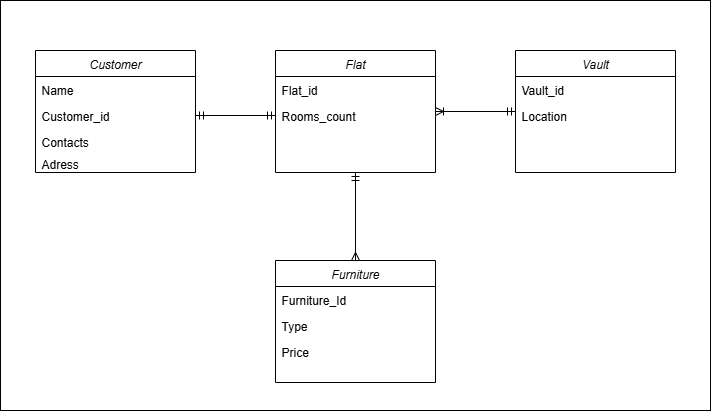
Above: Vaultbooking diagram.png in iWANbpe/Vaultbooking (draw.io), before the change. Source tidied: cells renumbered, new cells last; positions are measured from the earlier drawing's top-left corner, leaving out a move shared by most shapes. The source it was exported from:
```xml
<mxGraphModel>
  <root>
    <mxCell id="0" />
    <mxCell id="1" parent="0" />
    <mxCell id="2" style="rounded=0;whiteSpace=wrap;html=1;" parent="1" vertex="1">
      <mxGeometry width="710" height="410" as="geometry" />
    </mxCell>
    <mxCell id="3" value="Customer" style="swimlane;fontStyle=2;align=center;verticalAlign=top;horizontal=1;startSize=26;rounded=0;shadow=0;strokeWidth=1;" parent="1" vertex="1">
      <mxGeometry x="35" y="50" width="160" height="122" as="geometry" />
    </mxCell>
    <mxCell id="4" value="Name" style="text;align=left;verticalAlign=top;spacingLeft=4;spacingRight=4;overflow=hidden;points=[[0,0.5],[1,0.5]];portConstraint=eastwest;" parent="3" vertex="1">
      <mxGeometry y="26" width="160" height="26" as="geometry" />
    </mxCell>
    <mxCell id="5" style="rounded=0;jettySize=auto;html=1;endArrow=ERmandOne;endFill=0;startArrow=ERmandOne;startFill=0;" parent="3" edge="1" source="6">
      <mxGeometry relative="1" as="geometry">
        <mxPoint x="240" y="65" as="targetPoint" />
      </mxGeometry>
    </mxCell>
    <mxCell id="6" value="Customer_id" style="text;align=left;verticalAlign=top;spacingLeft=4;spacingRight=4;overflow=hidden;points=[[0,0.5],[1,0.5]];portConstraint=eastwest;rounded=0;shadow=0;html=0;" parent="3" vertex="1">
      <mxGeometry y="52" width="160" height="26" as="geometry" />
    </mxCell>
    <mxCell id="7" value="Contacts" style="text;align=left;verticalAlign=top;spacingLeft=4;spacingRight=4;overflow=hidden;points=[[0,0.5],[1,0.5]];portConstraint=eastwest;rounded=0;shadow=0;html=0;" parent="3" vertex="1">
      <mxGeometry y="78" width="160" height="22" as="geometry" />
    </mxCell>
    <mxCell id="8" value="Adress" style="text;align=left;verticalAlign=top;spacingLeft=4;spacingRight=4;overflow=hidden;points=[[0,0.5],[1,0.5]];portConstraint=eastwest;rounded=0;shadow=0;html=0;" parent="3" vertex="1">
      <mxGeometry y="100" width="160" height="22" as="geometry" />
    </mxCell>
    <mxCell id="9" style="edgeStyle=orthogonalEdgeStyle;rounded=0;jettySize=auto;html=1;exitX=1;exitY=0.5;exitDx=0;exitDy=0;entryX=0;entryY=0.5;entryDx=0;entryDy=0;endArrow=ERmandOne;endFill=0;startArrow=ERoneToMany;startFill=0;" parent="1" edge="1" source="11" target="18">
      <mxGeometry relative="1" as="geometry" />
    </mxCell>
    <mxCell id="10" style="edgeStyle=orthogonalEdgeStyle;rounded=0;jettySize=auto;html=1;exitX=0.5;exitY=1;exitDx=0;exitDy=0;entryX=0.5;entryY=0;entryDx=0;entryDy=0;endArrow=ERmany;endFill=0;startArrow=ERmandOne;startFill=0;" parent="1" edge="1" source="11" target="14">
      <mxGeometry relative="1" as="geometry" />
    </mxCell>
    <mxCell id="11" value="Flat" style="swimlane;fontStyle=2;align=center;verticalAlign=top;horizontal=1;startSize=26;rounded=0;shadow=0;strokeWidth=1;" parent="1" vertex="1">
      <mxGeometry x="275" y="50" width="160" height="122" as="geometry" />
    </mxCell>
    <mxCell id="12" value="Flat_id" style="text;align=left;verticalAlign=top;spacingLeft=4;spacingRight=4;overflow=hidden;" parent="11" vertex="1">
      <mxGeometry y="26" width="160" height="26" as="geometry" />
    </mxCell>
    <mxCell id="13" value="Rooms_count" style="text;align=left;verticalAlign=top;spacingLeft=4;spacingRight=4;overflow=hidden;" parent="11" vertex="1">
      <mxGeometry y="52" width="160" height="26" as="geometry" />
    </mxCell>
    <mxCell id="14" value="Furniture" style="swimlane;fontStyle=2;align=center;verticalAlign=top;horizontal=1;startSize=26;rounded=0;shadow=0;strokeWidth=1;" parent="1" vertex="1">
      <mxGeometry x="275" y="260" width="160" height="122" as="geometry" />
    </mxCell>
    <mxCell id="15" value="Furniture_Id" style="text;align=left;verticalAlign=top;spacingLeft=4;spacingRight=4;overflow=hidden;fontStyle=0;" parent="14" vertex="1">
      <mxGeometry y="26" width="160" height="26" as="geometry" />
    </mxCell>
    <mxCell id="16" value="Type" style="text;align=left;verticalAlign=top;spacingLeft=4;spacingRight=4;overflow=hidden;" parent="14" vertex="1">
      <mxGeometry y="52" width="160" height="26" as="geometry" />
    </mxCell>
    <mxCell id="17" value="Price" style="text;align=left;verticalAlign=top;spacingLeft=4;spacingRight=4;overflow=hidden;" parent="14" vertex="1">
      <mxGeometry y="78" width="160" height="26" as="geometry" />
    </mxCell>
    <mxCell id="18" value="Vault" style="swimlane;fontStyle=2;align=center;verticalAlign=top;horizontal=1;startSize=26;rounded=0;shadow=0;strokeWidth=1;" parent="1" vertex="1">
      <mxGeometry x="515" y="50" width="160" height="122" as="geometry" />
    </mxCell>
    <mxCell id="19" value="Vault_id" style="text;align=left;verticalAlign=top;spacingLeft=4;spacingRight=4;overflow=hidden;" parent="18" vertex="1">
      <mxGeometry y="26" width="160" height="26" as="geometry" />
    </mxCell>
    <mxCell id="20" value="Location" style="text;align=left;verticalAlign=top;spacingLeft=4;spacingRight=4;overflow=hidden;points=[[0,0.5],[1,0.5]];portConstraint=eastwest;" parent="18" vertex="1">
      <mxGeometry y="52" width="160" height="26" as="geometry" />
    </mxCell>
  </root>
</mxGraphModel>
```
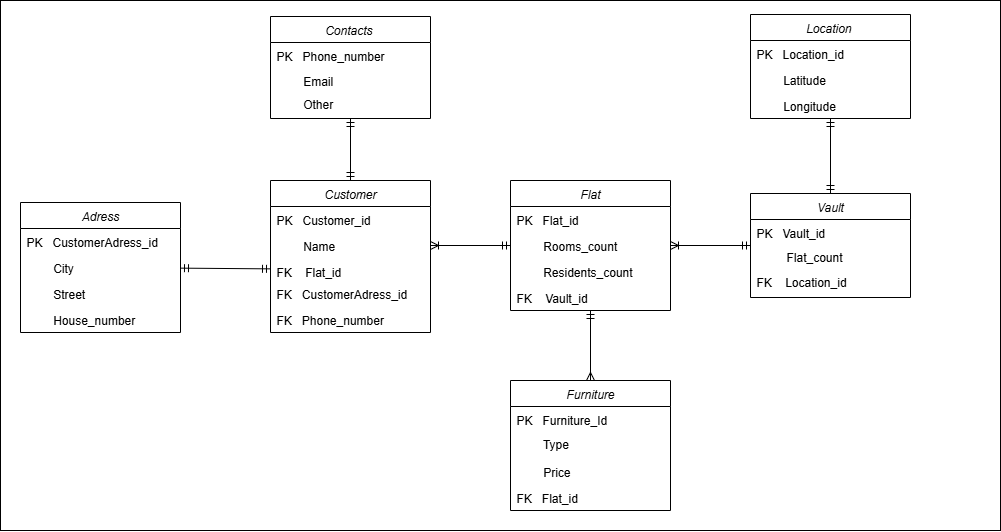
The same file after the commit.

Commit message:
Modifed description and diagrams

What changed in the source:
```diff
@@ -2,29 +2,32 @@
   <root>
     <mxCell id="0" />
     <mxCell id="1" parent="0" />
-    <mxCell id="2" style="rounded=0;whiteSpace=wrap;html=1;" parent="1" vertex="1">
-      <mxGeometry width="710" height="410" as="geometry" />
-    </mxCell>
+    <mxCell id="21" style="rounded=0;whiteSpace=wrap;html=1;" parent="1" vertex="1">
+      <mxGeometry x="-235" y="-130" width="1000" height="530" as="geometry" />
+    </mxCell>
     <mxCell id="3" value="Customer" style="swimlane;fontStyle=2;align=center;verticalAlign=top;horizontal=1;startSize=26;rounded=0;shadow=0;strokeWidth=1;" parent="1" vertex="1">
-      <mxGeometry x="35" y="50" width="160" height="122" as="geometry" />
+      <mxGeometry x="35" y="50" width="160" height="152" as="geometry" />
     </mxCell>
-    <mxCell id="4" value="Name" style="text;align=left;verticalAlign=top;spacingLeft=4;spacingRight=4;overflow=hidden;points=[[0,0.5],[1,0.5]];portConstraint=eastwest;" parent="3" vertex="1">
-      <mxGeometry y="26" width="160" height="26" as="geometry" />
-    </mxCell>
-    <mxCell id="5" style="rounded=0;jettySize=auto;html=1;endArrow=ERmandOne;endFill=0;startArrow=ERmandOne;startFill=0;" parent="3" edge="1" source="6">
+    <mxCell id="5" style="rounded=0;jettySize=auto;html=1;endArrow=ERmandOne;endFill=0;startArrow=ERoneToMany;startFill=0;exitX=1;exitY=0.5;exitDx=0;exitDy=0;" parent="3" edge="1" source="4">
       <mxGeometry relative="1" as="geometry">
         <mxPoint x="240" y="65" as="targetPoint" />
       </mxGeometry>
     </mxCell>
-    <mxCell id="6" value="Customer_id" style="text;align=left;verticalAlign=top;spacingLeft=4;spacingRight=4;overflow=hidden;points=[[0,0.5],[1,0.5]];portConstraint=eastwest;rounded=0;shadow=0;html=0;" parent="3" vertex="1">
-      <mxGeometry y="52" width="160" height="26" as="geometry" />
+    <mxCell id="6" value="PK   Customer_id" style="text;align=left;verticalAlign=top;spacingLeft=4;spacingRight=4;overflow=hidden;points=[[0,0.5],[1,0.5]];portConstraint=eastwest;rounded=0;shadow=0;html=0;" parent="3" vertex="1">
+      <mxGeometry y="26" width="160" height="26" as="geometry" />
     </mxCell>
-    <mxCell id="7" value="Contacts" style="text;align=left;verticalAlign=top;spacingLeft=4;spacingRight=4;overflow=hidden;points=[[0,0.5],[1,0.5]];portConstraint=eastwest;rounded=0;shadow=0;html=0;" parent="3" vertex="1">
-      <mxGeometry y="78" width="160" height="22" as="geometry" />
-    </mxCell>
-    <mxCell id="8" value="Adress" style="text;align=left;verticalAlign=top;spacingLeft=4;spacingRight=4;overflow=hidden;points=[[0,0.5],[1,0.5]];portConstraint=eastwest;rounded=0;shadow=0;html=0;" parent="3" vertex="1">
-      <mxGeometry y="100" width="160" height="22" as="geometry" />
-    </mxCell>
+    <mxCell id="4" value="        Name" style="text;align=left;verticalAlign=top;spacingLeft=4;spacingRight=4;overflow=hidden;points=[[0,0.5],[1,0.5]];portConstraint=eastwest;" parent="3" vertex="1">
+      <mxGeometry y="52" width="160" height="26" as="geometry" />
+    </mxCell>
+    <mxCell id="22" value="FK    Flat_id" style="text;align=left;verticalAlign=top;spacingLeft=4;spacingRight=4;overflow=hidden;points=[[0,0.5],[1,0.5]];portConstraint=eastwest;rounded=0;shadow=0;html=0;" parent="3" vertex="1">
+      <mxGeometry y="78" width="160" height="22" as="geometry" />
+    </mxCell>
+    <mxCell id="23" value="FK   CustomerAdress_id" style="text;align=left;verticalAlign=top;spacingLeft=4;spacingRight=4;overflow=hidden;rounded=0;shadow=0;html=0;fontStyle=0;" parent="3" vertex="1">
+      <mxGeometry y="100" width="160" height="26" as="geometry" />
+    </mxCell>
+    <mxCell id="24" value="FK   Phone_number" style="text;align=left;verticalAlign=top;spacingLeft=4;spacingRight=4;overflow=hidden;rounded=0;shadow=0;html=0;" parent="3" vertex="1">
+      <mxGeometry y="126" width="160" height="26" as="geometry" />
+    </mxCell>
     <mxCell id="9" style="edgeStyle=orthogonalEdgeStyle;rounded=0;jettySize=auto;html=1;exitX=1;exitY=0.5;exitDx=0;exitDy=0;entryX=0;entryY=0.5;entryDx=0;entryDy=0;endArrow=ERmandOne;endFill=0;startArrow=ERoneToMany;startFill=0;" parent="1" edge="1" source="11" target="18">
       <mxGeometry relative="1" as="geometry" />
     </mxCell>
@@ -32,34 +35,100 @@
       <mxGeometry relative="1" as="geometry" />
     </mxCell>
     <mxCell id="11" value="Flat" style="swimlane;fontStyle=2;align=center;verticalAlign=top;horizontal=1;startSize=26;rounded=0;shadow=0;strokeWidth=1;" parent="1" vertex="1">
-      <mxGeometry x="275" y="50" width="160" height="122" as="geometry" />
+      <mxGeometry x="275" y="50" width="160" height="130" as="geometry" />
     </mxCell>
-    <mxCell id="12" value="Flat_id" style="text;align=left;verticalAlign=top;spacingLeft=4;spacingRight=4;overflow=hidden;" parent="11" vertex="1">
+    <mxCell id="12" value="PK   Flat_id" style="text;align=left;verticalAlign=top;spacingLeft=4;spacingRight=4;overflow=hidden;" parent="11" vertex="1">
       <mxGeometry y="26" width="160" height="26" as="geometry" />
     </mxCell>
-    <mxCell id="13" value="Rooms_count" style="text;align=left;verticalAlign=top;spacingLeft=4;spacingRight=4;overflow=hidden;" parent="11" vertex="1">
+    <mxCell id="13" value="        Rooms_count" style="text;align=left;verticalAlign=top;spacingLeft=4;spacingRight=4;overflow=hidden;" parent="11" vertex="1">
       <mxGeometry y="52" width="160" height="26" as="geometry" />
     </mxCell>
+    <mxCell id="25" value="        Residents_count" style="text;align=left;verticalAlign=top;spacingLeft=4;spacingRight=4;overflow=hidden;" parent="11" vertex="1">
+      <mxGeometry y="78" width="160" height="26" as="geometry" />
+    </mxCell>
+    <mxCell id="26" value="FK    Vault_id" style="text;align=left;verticalAlign=top;spacingLeft=4;spacingRight=4;overflow=hidden;" parent="11" vertex="1">
+      <mxGeometry y="104" width="160" height="26" as="geometry" />
+    </mxCell>
     <mxCell id="14" value="Furniture" style="swimlane;fontStyle=2;align=center;verticalAlign=top;horizontal=1;startSize=26;rounded=0;shadow=0;strokeWidth=1;" parent="1" vertex="1">
-      <mxGeometry x="275" y="260" width="160" height="122" as="geometry" />
+      <mxGeometry x="275" y="250" width="160" height="130" as="geometry" />
     </mxCell>
-    <mxCell id="15" value="Furniture_Id" style="text;align=left;verticalAlign=top;spacingLeft=4;spacingRight=4;overflow=hidden;fontStyle=0;" parent="14" vertex="1">
-      <mxGeometry y="26" width="160" height="26" as="geometry" />
-    </mxCell>
+    <mxCell id="27" value="PK   Furniture_Id" style="text;align=left;verticalAlign=top;spacingLeft=4;spacingRight=4;overflow=hidden;" parent="14" vertex="1">
+      <mxGeometry y="26" width="160" height="26" as="geometry" />
+    </mxCell>
+    <mxCell id="28" style="edgeStyle=orthogonalEdgeStyle;rounded=0;jettySize=auto;html=1;entryX=0.5;entryY=0;entryDx=0;entryDy=0;endArrow=ERmandOne;endFill=0;startArrow=ERmandOne;startFill=0;" parent="1" edge="1" source="7" target="3">
+      <mxGeometry relative="1" as="geometry" />
+    </mxCell>
+    <mxCell id="29" style="rounded=0;jettySize=auto;html=1;startArrow=ERmandOne;startFill=0;endArrow=ERmandOne;endFill=0;" parent="1" edge="1" source="8" target="22">
+      <mxGeometry relative="1" as="geometry" />
+    </mxCell>
+    <mxCell id="8" value="Adress" style="swimlane;fontStyle=2;align=center;verticalAlign=top;horizontal=1;startSize=26;rounded=0;shadow=0;strokeWidth=1;" parent="1" vertex="1">
+      <mxGeometry x="-215" y="72" width="160" height="130" as="geometry" />
+    </mxCell>
+    <mxCell id="30" value="PK   CustomerAdress_id" style="text;align=left;verticalAlign=top;spacingLeft=4;spacingRight=4;overflow=hidden;rounded=0;shadow=0;html=0;fontStyle=0;" parent="8" vertex="1">
+      <mxGeometry y="26" width="160" height="26" as="geometry" />
+    </mxCell>
+    <mxCell id="31" value="        City" style="text;align=left;verticalAlign=top;spacingLeft=4;spacingRight=4;overflow=hidden;rounded=0;shadow=0;html=0;fontStyle=0;" parent="8" vertex="1">
+      <mxGeometry y="52" width="160" height="26" as="geometry" />
+    </mxCell>
+    <mxCell id="32" value="        Street" style="text;align=left;verticalAlign=top;spacingLeft=4;spacingRight=4;overflow=hidden;rounded=0;shadow=0;html=0;fontStyle=0;" parent="8" vertex="1">
+      <mxGeometry y="78" width="160" height="26" as="geometry" />
+    </mxCell>
+    <mxCell id="33" value="        House_number" style="text;align=left;verticalAlign=top;spacingLeft=4;spacingRight=4;overflow=hidden;rounded=0;shadow=0;html=0;fontStyle=0;" parent="8" vertex="1">
+      <mxGeometry y="104" width="160" height="26" as="geometry" />
+    </mxCell>
+    <mxCell id="34" style="edgeStyle=orthogonalEdgeStyle;rounded=0;jettySize=auto;html=1;entryX=0.5;entryY=0;entryDx=0;entryDy=0;endArrow=ERmandOne;endFill=0;startArrow=ERmandOne;startFill=0;" parent="1" edge="1" source="20" target="18">
+      <mxGeometry relative="1" as="geometry" />
+    </mxCell>
+    <mxCell id="20" value="Location " style="swimlane;fontStyle=2;align=center;verticalAlign=top;horizontal=1;startSize=26;rounded=0;shadow=0;strokeWidth=1;" parent="1" vertex="1">
+      <mxGeometry x="515" y="-116" width="160" height="104" as="geometry" />
+    </mxCell>
+    <mxCell id="35" value="PK   Location_id" style="text;align=left;verticalAlign=top;spacingLeft=4;spacingRight=4;overflow=hidden;" parent="20" vertex="1">
+      <mxGeometry y="26" width="160" height="26" as="geometry" />
+    </mxCell>
+    <mxCell id="36" value="        Latitude" style="text;align=left;verticalAlign=top;spacingLeft=4;spacingRight=4;overflow=hidden;" parent="20" vertex="1">
+      <mxGeometry y="52" width="160" height="26" as="geometry" />
+    </mxCell>
+    <mxCell id="37" value="        Longitude" style="text;align=left;verticalAlign=top;spacingLeft=4;spacingRight=4;overflow=hidden;" parent="20" vertex="1">
+      <mxGeometry y="78" width="160" height="26" as="geometry" />
+    </mxCell>
-    <mxCell id="16" value="Type" style="text;align=left;verticalAlign=top;spacingLeft=4;spacingRight=4;overflow=hidden;" parent="14" vertex="1">
-      <mxGeometry y="52" width="160" height="26" as="geometry" />
+    <mxCell id="16" value="        Type" style="text;align=left;verticalAlign=top;spacingLeft=4;spacingRight=4;overflow=hidden;" parent="1" vertex="1">
+      <mxGeometry x="275" y="300" width="160" height="26" as="geometry" />
     </mxCell>
-    <mxCell id="17" value="Price" style="text;align=left;verticalAlign=top;spacingLeft=4;spacingRight=4;overflow=hidden;" parent="14" vertex="1">
-      <mxGeometry y="78" width="160" height="26" as="geometry" />
+    <mxCell id="17" value="        Price" style="text;align=left;verticalAlign=top;spacingLeft=4;spacingRight=4;overflow=hidden;" parent="1" vertex="1">
+      <mxGeometry x="275" y="328" width="160" height="26" as="geometry" />
     </mxCell>
+    <mxCell id="38" value="FK   Flat_id" style="text;align=left;verticalAlign=top;spacingLeft=4;spacingRight=4;overflow=hidden;" parent="1" vertex="1">
+      <mxGeometry x="275" y="354" width="160" height="26" as="geometry" />
+    </mxCell>
+    <mxCell id="39" style="group;" parent="1" vertex="1">
+      <mxGeometry x="35" y="-114" width="160" height="102" as="geometry" />
+    </mxCell>
+    <mxCell id="7" value="Contacts " style="swimlane;fontStyle=2;align=center;verticalAlign=top;horizontal=1;startSize=26;rounded=0;shadow=0;strokeWidth=1;" parent="39" vertex="1">
+      <mxGeometry width="160" height="102" as="geometry" />
+    </mxCell>
+    <mxCell id="40" value="PK   Phone_number" style="text;align=left;verticalAlign=top;spacingLeft=4;spacingRight=4;overflow=hidden;rounded=0;shadow=0;html=0;" parent="7" vertex="1">
+      <mxGeometry y="26" width="160" height="23.7" as="geometry" />
+    </mxCell>
+    <mxCell id="41" value="        Email" style="text;align=left;verticalAlign=top;spacingLeft=4;spacingRight=4;overflow=hidden;" parent="39" vertex="1">
+      <mxGeometry y="51" width="160" height="23.7" as="geometry" />
+    </mxCell>
+    <mxCell id="42" value="        Other" style="text;align=left;verticalAlign=top;spacingLeft=4;spacingRight=4;overflow=hidden;" parent="39" vertex="1">
+      <mxGeometry y="74.7" width="160" height="23.7" as="geometry" />
+    </mxCell>
+    <mxCell id="43" style="group;" parent="1" vertex="1">
+      <mxGeometry x="515" y="63" width="160" height="104" as="geometry" />
+    </mxCell>
-    <mxCell id="18" value="Vault" style="swimlane;fontStyle=2;align=center;verticalAlign=top;horizontal=1;startSize=26;rounded=0;shadow=0;strokeWidth=1;" parent="1" vertex="1">
-      <mxGeometry x="515" y="50" width="160" height="122" as="geometry" />
+    <mxCell id="18" value="Vault" style="swimlane;fontStyle=2;align=center;verticalAlign=top;horizontal=1;startSize=26;rounded=0;shadow=0;strokeWidth=1;" parent="43" vertex="1">
+      <mxGeometry width="160" height="104" as="geometry" />
     </mxCell>
-    <mxCell id="19" value="Vault_id" style="text;align=left;verticalAlign=top;spacingLeft=4;spacingRight=4;overflow=hidden;" parent="18" vertex="1">
-      <mxGeometry y="26" width="160" height="26" as="geometry" />
-    </mxCell>
-    <mxCell id="20" value="Location" style="text;align=left;verticalAlign=top;spacingLeft=4;spacingRight=4;overflow=hidden;points=[[0,0.5],[1,0.5]];portConstraint=eastwest;" parent="18" vertex="1">
-      <mxGeometry y="52" width="160" height="26" as="geometry" />
-    </mxCell>
+    <mxCell id="44" value="PK   Vault_id" style="text;align=left;verticalAlign=top;spacingLeft=4;spacingRight=4;overflow=hidden;" parent="18" vertex="1">
+      <mxGeometry y="26" width="160" height="28.8" as="geometry" />
+    </mxCell>
+    <mxCell id="45" value="FK    Location_id" style="text;align=left;verticalAlign=top;spacingLeft=4;spacingRight=4;overflow=hidden;" parent="43" vertex="1">
+      <mxGeometry y="75.2" width="160" height="28.8" as="geometry" />
+    </mxCell>
+    <mxCell id="46" value="         Flat_count" style="text;align=left;verticalAlign=top;spacingLeft=4;spacingRight=4;overflow=hidden;" parent="43" vertex="1">
+      <mxGeometry y="50.9" width="160" height="28.8" as="geometry" />
+    </mxCell>
   </root>
 </mxGraphModel>
```
